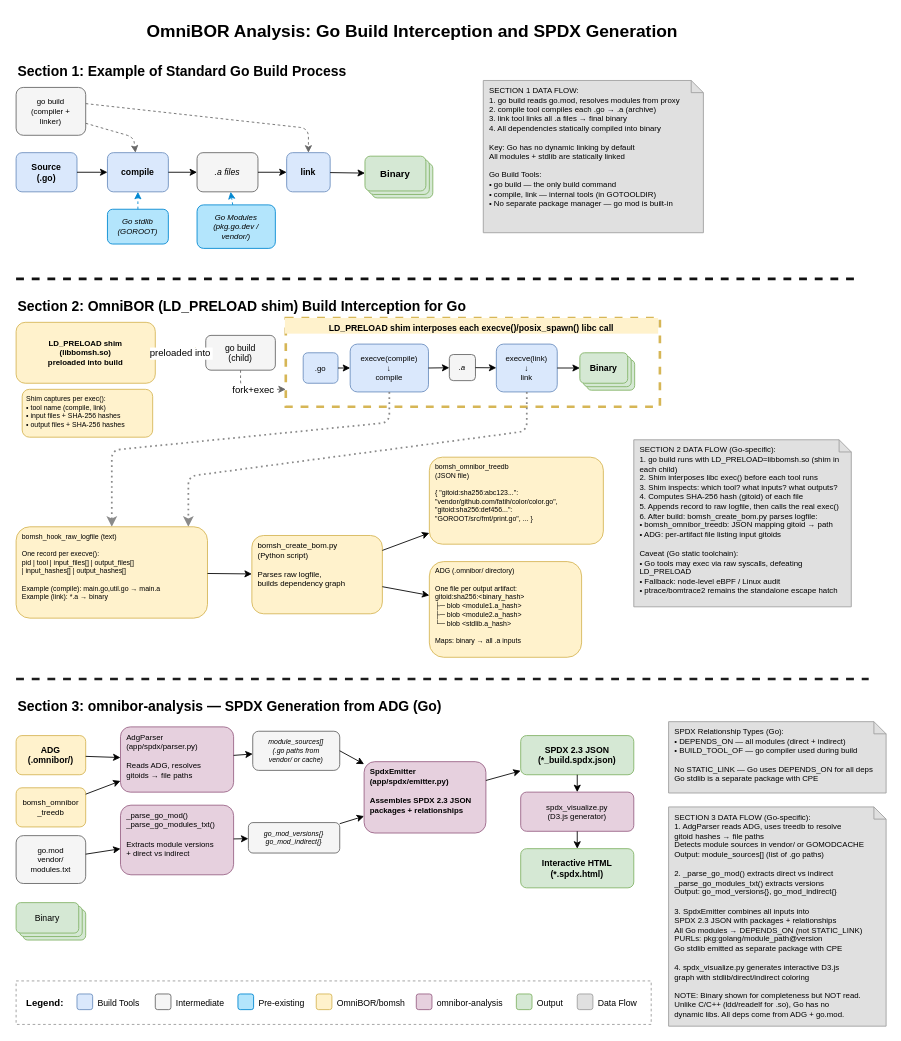
tedg-dev/bisbom-gen keeps this draw.io diagram as docs/sidecar/go/go-build-interception.drawio. Above is the earlier version. Source tidied: cells renumbered, new cells numbered last; positions are measured from the earlier drawing's top-left corner, leaving out a move shared by most shapes. Both pictures are drawn from the tidied source at 87%, with x=0, y=0 at pixel (16, 15).
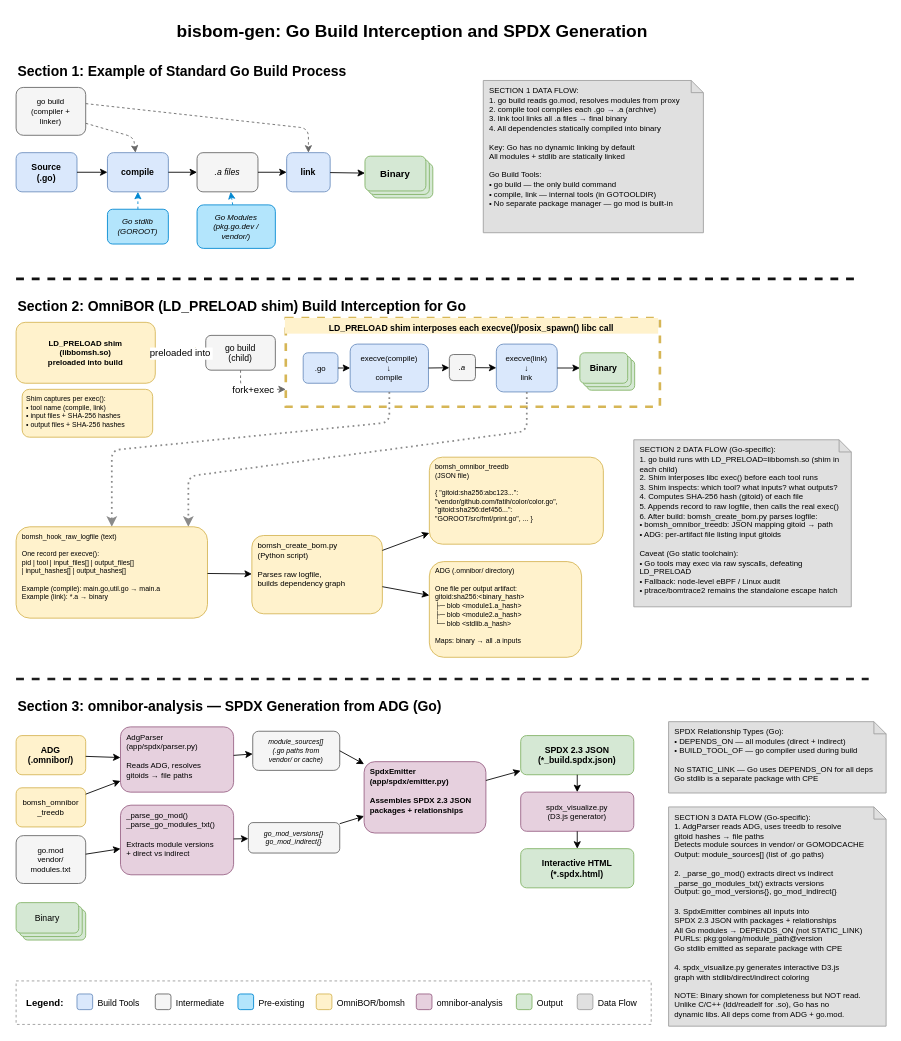
Above is the later version.

Change to the diagram source:
```diff
@@
-    <mxCell id="2" value="OmniBOR Analysis: Go Build Interception and SPDX Generation" style="text;html=1;fontSize=20;fontStyle=1;align=center;" parent="1" vertex="1">
+    <mxCell id="2" value="bisbom-gen: Go Build Interception and SPDX Generation" style="text;html=1;fontSize=20;fontStyle=1;align=center;" parent="1" vertex="1">
       <mxGeometry x="80" width="750" height="40" as="geometry" />
     </mxCell>
```
